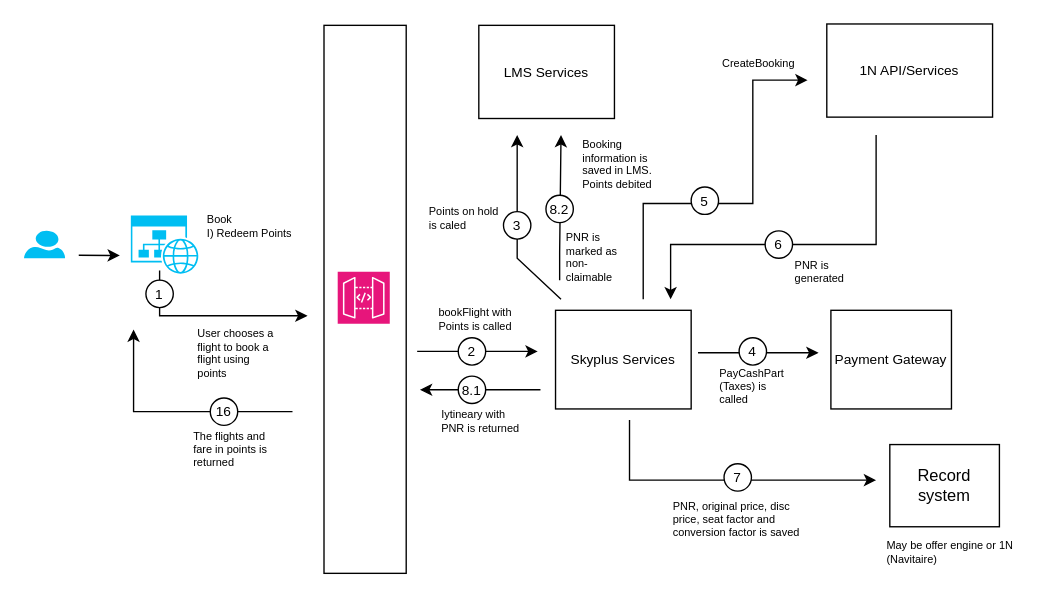
The draw.io diagram page "Book" (2 of 2) of Redeem_Points_Flow.drawio in nchauhan4/drawings, before the edit. Source tidied: cells renumbered, new cells numbered last; positions are measured from the earlier drawing's top-left corner, leaving out a move shared by most shapes. Both pictures are drawn from the tidied source at 137%, with x=0, y=0 at pixel (23, 23).
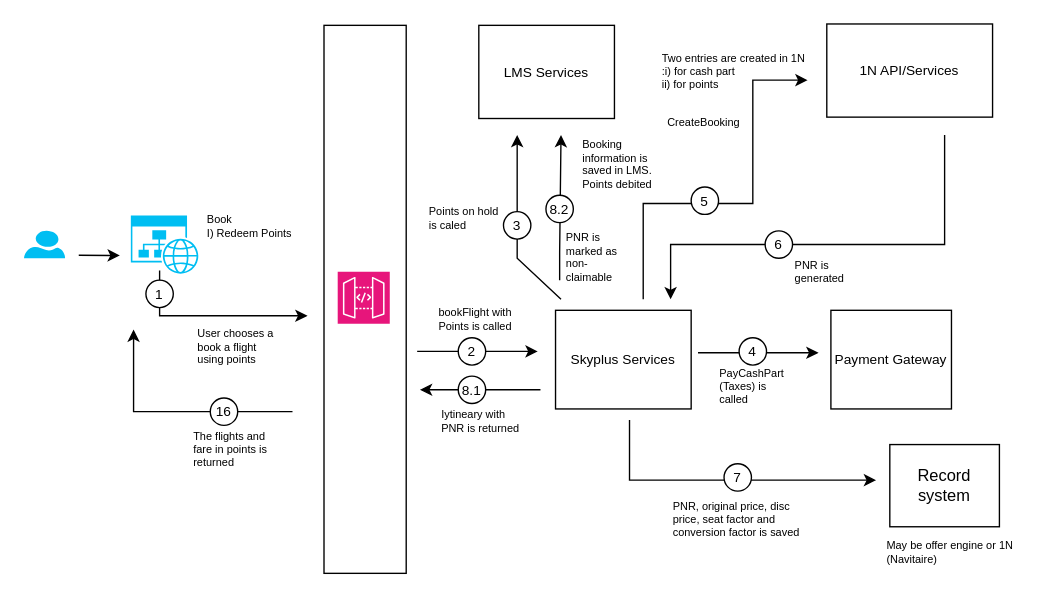
The same page after the edit.

What changed in the source:
```diff
@@
-    <mxCell id="11" value="User chooses a flight to book a flight using points" style="text;html=1;strokeColor=none;fillColor=none;align=left;verticalAlign=top;whiteSpace=wrap;rounded=0;fontSize=8;" parent="1" vertex="1">
+    <mxCell id="11" value="User chooses a book a flight using points" style="text;html=1;strokeColor=none;fillColor=none;align=left;verticalAlign=top;whiteSpace=wrap;rounded=0;fontSize=8;" parent="1" vertex="1">
       <mxGeometry x="124.5" y="214.5" width="58.5" height="38.5" as="geometry" />
     </mxCell>
@@
     <mxCell id="39" value="CreateBooking" style="text;html=1;strokeColor=none;fillColor=none;align=left;verticalAlign=top;whiteSpace=wrap;rounded=0;fontSize=8;" parent="1" vertex="1">
-      <mxGeometry x="507.5" y="17.5" width="58.5" height="33" as="geometry" />
+      <mxGeometry x="467.8" y="61" width="58.5" height="33" as="geometry" />
     </mxCell>
     <mxCell id="40" style="endArrow=classic;html=1;rounded=0;" parent="1" edge="1">
       <mxGeometry relative="1" as="geometry">
-        <mxPoint x="622" y="81" as="sourcePoint" />
+        <mxPoint x="672" y="81" as="sourcePoint" />
         <mxPoint x="472" y="201" as="targetPoint" />
         <Array as="points">
-          <mxPoint x="622" y="161" />
+          <mxPoint x="672" y="121" />
+          <mxPoint x="672" y="161" />
           <mxPoint x="472" y="161" />
         </Array>
       </mxGeometry>
     </mxCell>
@@
+    <mxCell id="55" value="Two entries are created in 1N :&lt;span style=&quot;background-color: initial;&quot;&gt;i) for cash part&lt;/span&gt;&lt;div&gt;&lt;span style=&quot;background-color: initial;&quot;&gt;ii) for points&lt;/span&gt;&lt;/div&gt;" style="text;html=1;strokeColor=none;fillColor=none;align=left;verticalAlign=top;whiteSpace=wrap;rounded=0;fontSize=8;" parent="1" vertex="1">
+      <mxGeometry x="463.5" y="14" width="108.5" height="40" as="geometry" />
+    </mxCell>
```
